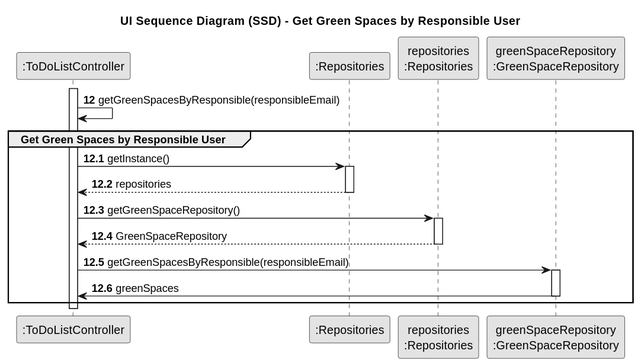
SAEmanuel/Green_Spaces_Management_ISEP keeps this PlantUML diagram as docs/sprintC/us021/03.design/svg/us021-sequence-diagram-partial-get-green-spaces-by-responsible-UI_Sequence_Diagram__SSD____Get_Green_Spaces_by_Responsible_User.svg. Above is the earlier version.
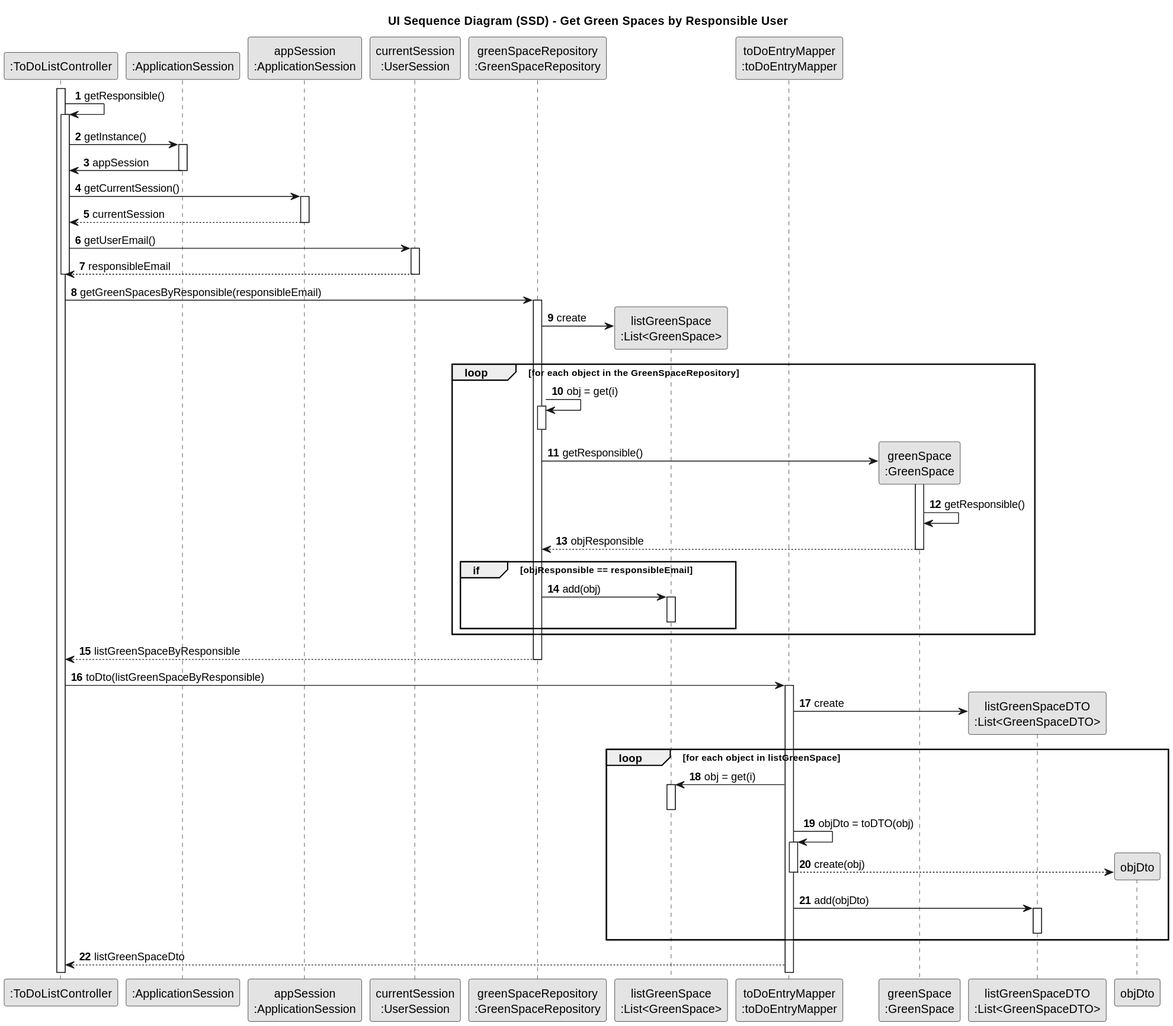
After the commit.

The edit, as a diff of the source:
```diff
@@ -8,34 +8,79 @@
 autonumber
 
 
+
 participant ":ToDoListController" as CTRL
-participant ":Repositories" as RepositorySingleton
-participant "repositories\n:Repositories" as PLAT
+participant ":ApplicationSession" as _APP
+participant "appSession\n:ApplicationSession" as APP
+participant "currentSession\n:UserSession" as SESSAO
 participant "greenSpaceRepository\n:GreenSpaceRepository" as GREENSpaceRepository
-
+participant "listGreenSpace\n:List<GreenSpace>" as listGreenSpace
+participant "toDoEntryMapper\n:toDoEntryMapper" as mapper
+participant "greenSpace\n:GreenSpace" as GREEN
+participant "listGreenSpaceDTO\n:List<GreenSpaceDTO>" as listDTO
 
 
 activate CTRL
-autonumber 12
-CTRL -> CTRL : getGreenSpacesByResponsible(responsibleEmail)
 
-group Get Green Spaces by Responsible User
-autonumber 12.1
-CTRL -> RepositorySingleton : getInstance()
-activate RepositorySingleton
-RepositorySingleton --> CTRL: repositories
-deactivate RepositorySingleton
+CTRL -> CTRL : getResponsible()
+activate CTRL
 
-CTRL -> PLAT : getGreenSpaceRepository()
-activate PLAT
-PLAT --> CTRL: GreenSpaceRepository
-deactivate PLAT
+CTRL -> _APP: getInstance()
+activate _APP
+_APP -> CTRL: appSession
+deactivate _APP
 
-CTRL -> GREENSpaceRepository : getGreenSpacesByResponsible(responsibleEmail)
+CTRL -> APP: getCurrentSession()
+activate APP
+APP --> CTRL: currentSession
+deactivate APP
+
+CTRL -> SESSAO: getUserEmail()
+activate SESSAO
+SESSAO --> CTRL: responsibleEmail
+deactivate SESSAO
+deactivate CTRL
+
+CTRL -> GREENSpaceRepository: getGreenSpacesByResponsible(responsibleEmail)
 activate GREENSpaceRepository
-GREENSpaceRepository -> CTRL : greenSpaces
+
+GREENSpaceRepository -> listGreenSpace** : create
+group loop [for each object in the GreenSpaceRepository]
+    GREENSpaceRepository -> GREENSpaceRepository :  obj = get(i)
+    activate GREENSpaceRepository
+    deactivate GREENSpaceRepository
+
+    GREENSpaceRepository -> GREEN** : getResponsible()
+    activate GREEN
+    GREEN -> GREEN : getResponsible()
+    GREEN --> GREENSpaceRepository : objResponsible
+    deactivate GREEN
+
+    group if [objResponsible == responsibleEmail]
+        GREENSpaceRepository -> listGreenSpace : add(obj)
+        activate listGreenSpace
+        deactivate listGreenSpace
+    end
+end
+GREENSpaceRepository --> CTRL : listGreenSpaceByResponsible
 deactivate GREENSpaceRepository
+
+CTRL -> mapper : toDto(listGreenSpaceByResponsible)
+activate mapper
+mapper -> listDTO** : create
+group loop [for each object in listGreenSpace]
+    mapper -> listGreenSpace: obj = get(i)
+    activate listGreenSpace
+    deactivate listGreenSpace
+
+    mapper -> mapper : objDto = toDTO(obj)
+    activate mapper
+    mapper --> objDto** : create(obj)
+    deactivate mapper
+
+    mapper -> listDTO : add(objDto)
+    activate listDTO
+    deactivate listDTO
 end
-
-deactivate CTRL
+mapper --> CTRL : listGreenSpaceDto
 @enduml
```
